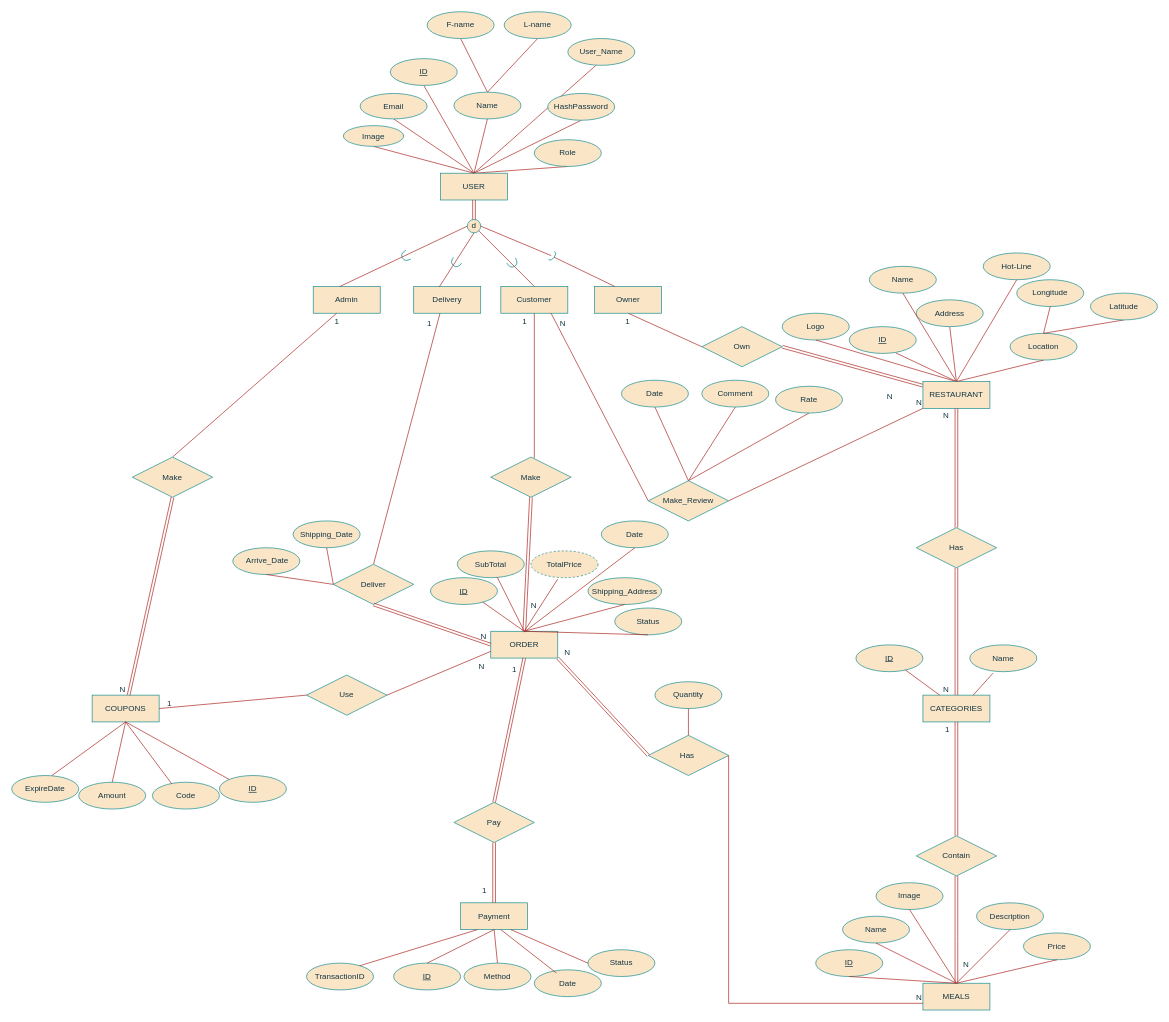
Earlier version of the draw.io diagram Online-food.drawio (aya-abdelmageed/Order-Food-Online-System). Source tidied: cells renumbered, new cells numbered last; positions are measured from the earlier drawing's top-left corner, leaving out a move shared by most shapes. Both pictures are drawn from the tidied source at 67%, with x=0, y=0 at pixel (11, 11).
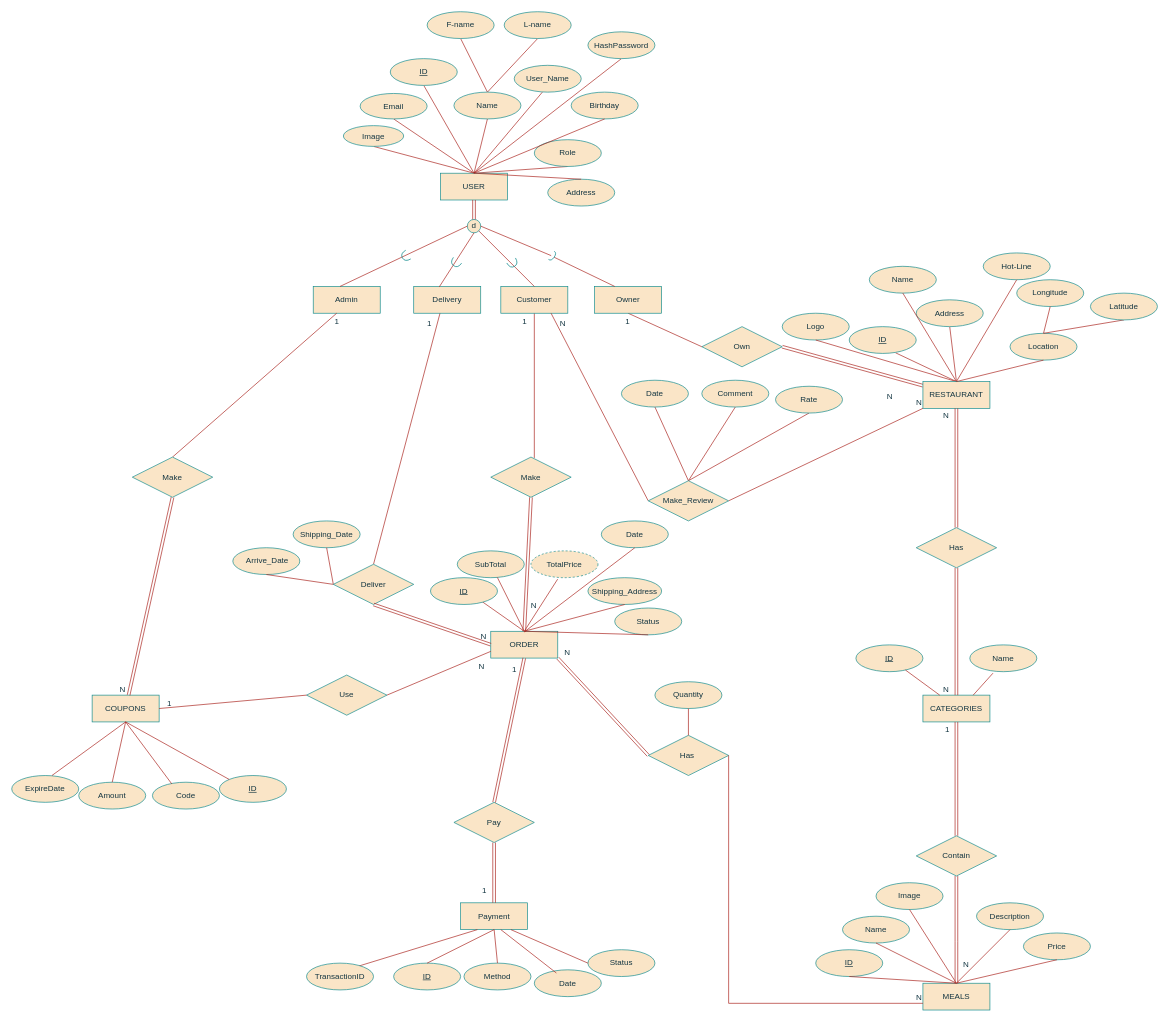
The same diagram, later.

The change refers to these unchanged cells:
```xml
<mxCell id="24" value="USER" style="whiteSpace=wrap;html=1;align=center;labelBackgroundColor=none;fillColor=#FAE5C7;strokeColor=#0F8B8D;fontColor=#143642;" parent="1" vertex="1">
  <mxGeometry x="640" y="241" width="100" height="40" as="geometry" />
</mxCell>
```

What changed in the source:
```diff
@@
     <mxCell id="28" value="HashPassword" style="ellipse;whiteSpace=wrap;html=1;align=center;labelBackgroundColor=none;fillColor=#FAE5C7;strokeColor=#0F8B8D;fontColor=#143642;" parent="1" vertex="1">
-      <mxGeometry x="800" y="122" width="100" height="40" as="geometry" />
+      <mxGeometry x="860" y="30" width="100" height="40" as="geometry" />
     </mxCell>
@@
     <mxCell id="155" value="User_Name" style="ellipse;whiteSpace=wrap;html=1;align=center;labelBackgroundColor=none;fillColor=#FAE5C7;strokeColor=#0F8B8D;fontColor=#143642;" parent="1" vertex="1">
-      <mxGeometry x="830" y="40" width="100" height="40" as="geometry" />
+      <mxGeometry x="750" y="80" width="100" height="40" as="geometry" />
     </mxCell>
@@
+    <mxCell id="166" value="Address" style="ellipse;whiteSpace=wrap;html=1;align=center;labelBackgroundColor=none;fillColor=#FAE5C7;strokeColor=#0F8B8D;fontColor=#143642;" parent="1" vertex="1">
+      <mxGeometry x="800" y="250" width="100" height="40" as="geometry" />
+    </mxCell>
+    <mxCell id="167" style="endArrow=none;html=1;rounded=0;entryX=0.5;entryY=0;entryDx=0;entryDy=0;exitX=0.5;exitY=0;exitDx=0;exitDy=0;labelBackgroundColor=none;fontColor=default;strokeColor=#A8201A;" parent="1" edge="1" source="24" target="166">
+      <mxGeometry relative="1" as="geometry" />
+    </mxCell>
+    <mxCell id="168" value="Birthday" style="ellipse;whiteSpace=wrap;html=1;align=center;labelBackgroundColor=none;fillColor=#FAE5C7;strokeColor=#0F8B8D;fontColor=#143642;" parent="1" vertex="1">
+      <mxGeometry x="835" y="120" width="100" height="40" as="geometry" />
+    </mxCell>
+    <mxCell id="169" style="endArrow=none;html=1;rounded=0;entryX=0.5;entryY=1;entryDx=0;entryDy=0;exitX=0.5;exitY=0;exitDx=0;exitDy=0;labelBackgroundColor=none;fontColor=default;strokeColor=#A8201A;" parent="1" edge="1" source="24" target="168">
+      <mxGeometry relative="1" as="geometry" />
+    </mxCell>
```
